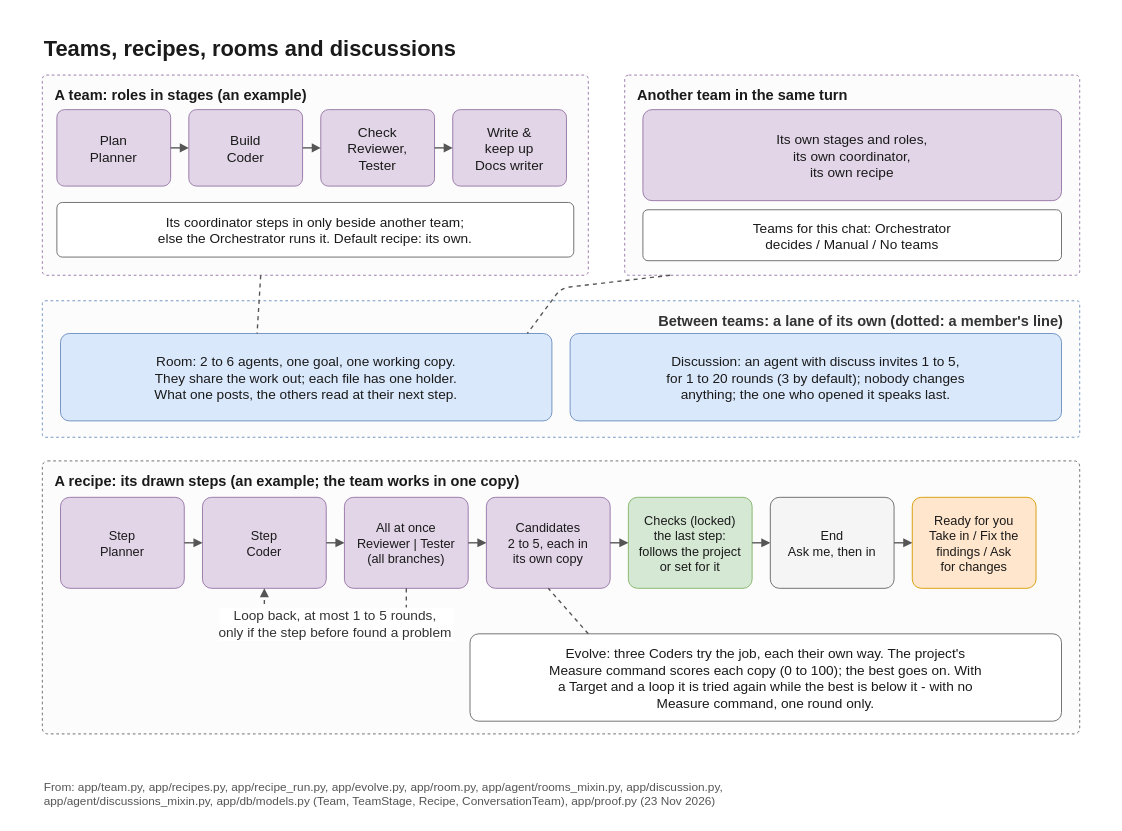
Above: docs/diagrams/teams.drawio in flyingriverhorse/Koloni (draw.io), before the change. Source tidied: cells renumbered, new cells numbered last; positions are measured from the earlier drawing's top-left corner, leaving out a move shared by most shapes. Both pictures are drawn from the tidied source at 91%, with x=0, y=0 at pixel (15, 15).
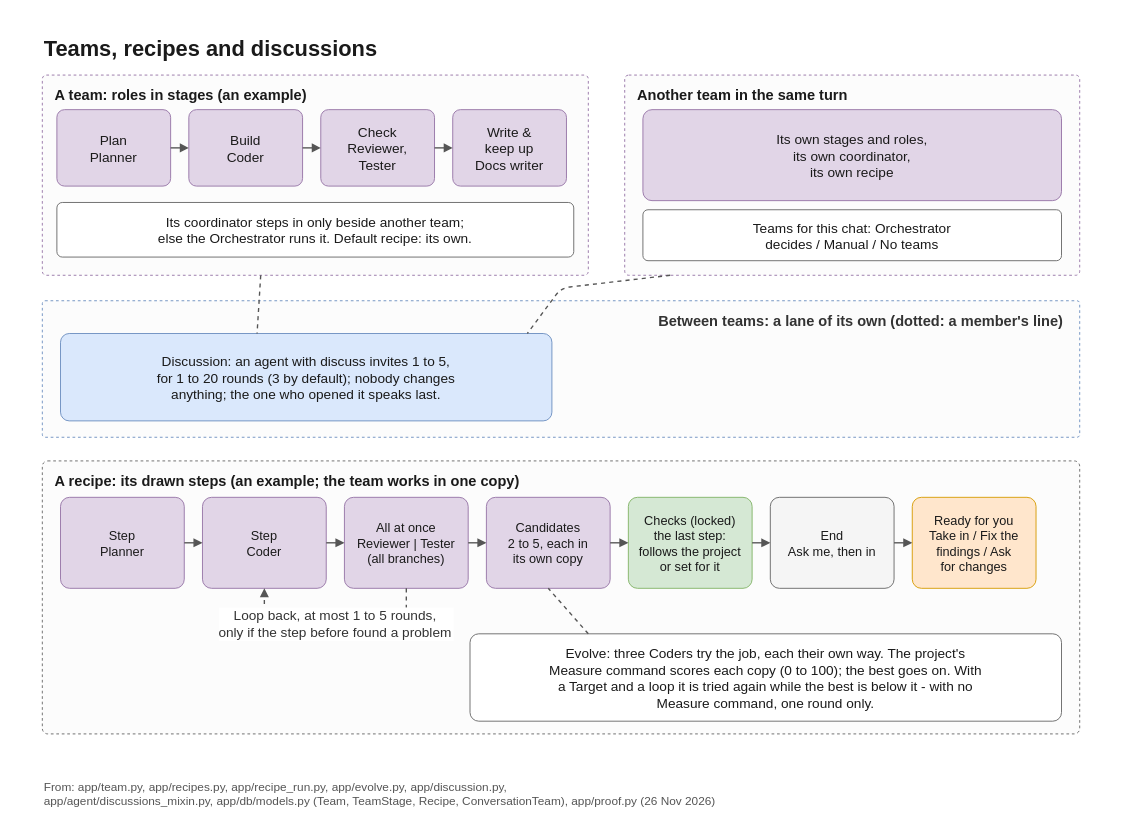
The same page after the edit.

The change refers to these unchanged cells:
```xml
<mxCell id="4" value="A team: roles in stages (an example)" style="rounded=1;arcSize=2;fillColor=#fcfcfc;strokeColor=#9673a6;dashed=1;fontFamily=Helvetica;fontColor=#1a1a1a;fontSize=16;fontStyle=1;verticalAlign=top;align=left;spacingLeft=12;spacingTop=6;" parent="1" vertex="1">
  <mxGeometry x="30" y="66" width="600" height="220" as="geometry" />
</mxCell>
<mxCell id="13" value="Another team in the same turn" style="rounded=1;arcSize=2;fillColor=#fcfcfc;strokeColor=#9673a6;dashed=1;fontFamily=Helvetica;fontColor=#1a1a1a;fontSize=16;fontStyle=1;verticalAlign=top;align=left;spacingLeft=12;spacingTop=6;" parent="1" vertex="1">
  <mxGeometry x="670" y="66" width="500" height="220" as="geometry" />
</mxCell>
```

Diff of the diagram source:
```diff
@@
-    <mxCell id="3" value="Teams, recipes, rooms and discussions" style="text;strokeColor=none;fillColor=none;fontFamily=Helvetica;fontColor=#1a1a1a;fontSize=24;align=left;verticalAlign=top;fontStyle=1;" parent="1" vertex="1">
+    <mxCell id="3" value="Teams, recipes and discussions" style="text;strokeColor=none;fillColor=none;fontFamily=Helvetica;fontColor=#1a1a1a;fontSize=24;align=left;verticalAlign=top;fontStyle=1;" parent="1" vertex="1">
       <mxGeometry x="30" y="16" width="1140" height="36" as="geometry" />
     </mxCell>
@@
-    <mxCell id="18" value="Room: 2 to 6 agents, one goal, one working copy.&#10;They share the work out; each file has one holder.&#10;What one posts, the others read at their next step." style="rounded=1;arcSize=10;fillColor=#dae8fc;strokeColor=#6c8ebf;fontFamily=Helvetica;fontColor=#1a1a1a;fontSize=15;spacing=6;" parent="1" vertex="1">
-      <mxGeometry x="50" y="350" width="540" height="96" as="geometry" />
-    </mxCell>
     <mxCell id="19" value="Discussion: an agent with discuss invites 1 to 5,&#10;for 1 to 20 rounds (3 by default); nobody changes&#10;anything; the one who opened it speaks last." style="rounded=1;arcSize=10;fillColor=#dae8fc;strokeColor=#6c8ebf;fontFamily=Helvetica;fontColor=#1a1a1a;fontSize=15;spacing=6;" parent="1" vertex="1">
-      <mxGeometry x="610" y="350" width="540" height="96" as="geometry" />
+      <mxGeometry x="50" y="350" width="540" height="96" as="geometry" />
     </mxCell>
-    <mxCell id="20" style="endArrow=block;endFill=1;strokeColor=#555555;strokeWidth=1.5;fontFamily=Helvetica;fontSize=15;fontColor=#333333;labelBackgroundColor=#ffffff;dashed=1;exitX=0.4;exitY=1;entryX=0.4;entryY=0;endArrow=none;" parent="1" edge="1" source="4" target="18">
+    <mxCell id="20" style="endArrow=block;endFill=1;strokeColor=#555555;strokeWidth=1.5;fontFamily=Helvetica;fontSize=15;fontColor=#333333;labelBackgroundColor=#ffffff;dashed=1;exitX=0.4;exitY=1;entryX=0.4;entryY=0;endArrow=none;" parent="1" edge="1" source="4" target="19">
       <mxGeometry relative="1" as="geometry" />
     </mxCell>
-    <mxCell id="21" style="endArrow=block;endFill=1;strokeColor=#555555;strokeWidth=1.5;fontFamily=Helvetica;fontSize=15;fontColor=#333333;labelBackgroundColor=#ffffff;dashed=1;exitX=0.1;exitY=1;entryX=0.95;entryY=0;endArrow=none;" parent="1" edge="1" source="13" target="18">
+    <mxCell id="21" style="endArrow=block;endFill=1;strokeColor=#555555;strokeWidth=1.5;fontFamily=Helvetica;fontSize=15;fontColor=#333333;labelBackgroundColor=#ffffff;dashed=1;exitX=0.1;exitY=1;entryX=0.95;entryY=0;endArrow=none;" parent="1" edge="1" source="13" target="19">
       <mxGeometry relative="1" as="geometry">
         <Array as="points">
           <mxPoint x="600" y="300" />
         </Array>
       </mxGeometry>
     </mxCell>
@@
-    <mxCell id="39" value="From: app/team.py, app/recipes.py, app/recipe_run.py, app/evolve.py, app/room.py, app/agent/rooms_mixin.py, app/discussion.py,&#10;app/agent/discussions_mixin.py, app/db/models.py (Team, TeamStage, Recipe, ConversationTeam), app/proof.py (23 Nov 2026)" style="text;strokeColor=none;fillColor=none;fontFamily=Helvetica;fontColor=#555555;fontSize=13;align=left;verticalAlign=top;" parent="1" vertex="1">
+    <mxCell id="39" value="From: app/team.py, app/recipes.py, app/recipe_run.py, app/evolve.py, app/discussion.py,&#10;app/agent/discussions_mixin.py, app/db/models.py (Team, TeamStage, Recipe, ConversationTeam), app/proof.py (26 Nov 2026)" style="text;strokeColor=none;fillColor=none;fontFamily=Helvetica;fontColor=#555555;fontSize=13;align=left;verticalAlign=top;" parent="1" vertex="1">
       <mxGeometry x="30" y="834" width="1140" height="40" as="geometry" />
     </mxCell>
```
